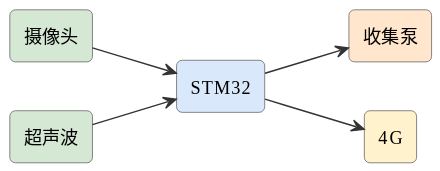
The PlantUML diagram assets/diagrams/ideas-fig105.svg in mingyi0818/IntelligentMcuCourse, before a commit.
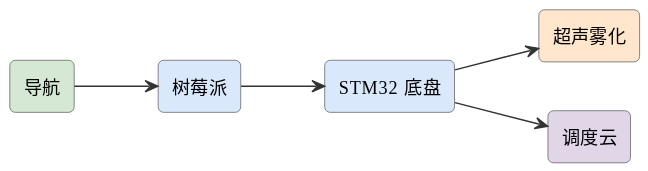
The same file after the commit.

What changed in the source:
```diff
@@ -6,13 +6,13 @@
 skinparam arrowFontSize 11
 skinparam arrowColor #333
 left to right direction
-rectangle "摄像头" as cam #d5e8d4
-rectangle "STM32" as stm #dae8fc
-rectangle "收集泵" as pump #ffe6cc
-rectangle "超声波" as ult #d5e8d4
-rectangle "4G" as g #fff2cc
-cam --> stm
-stm --> pump
-ult --> stm
-stm --> g
+rectangle "导航" as nav #d5e8d4
+rectangle "树莓派" as pi #dae8fc
+rectangle "STM32 底盘" as stm #dae8fc
+rectangle "超声雾化" as mist #ffe6cc
+rectangle "调度云" as cloud #e1d5e8
+nav --> pi
+pi --> stm
+stm --> mist
+stm --> cloud
 @enduml
```
